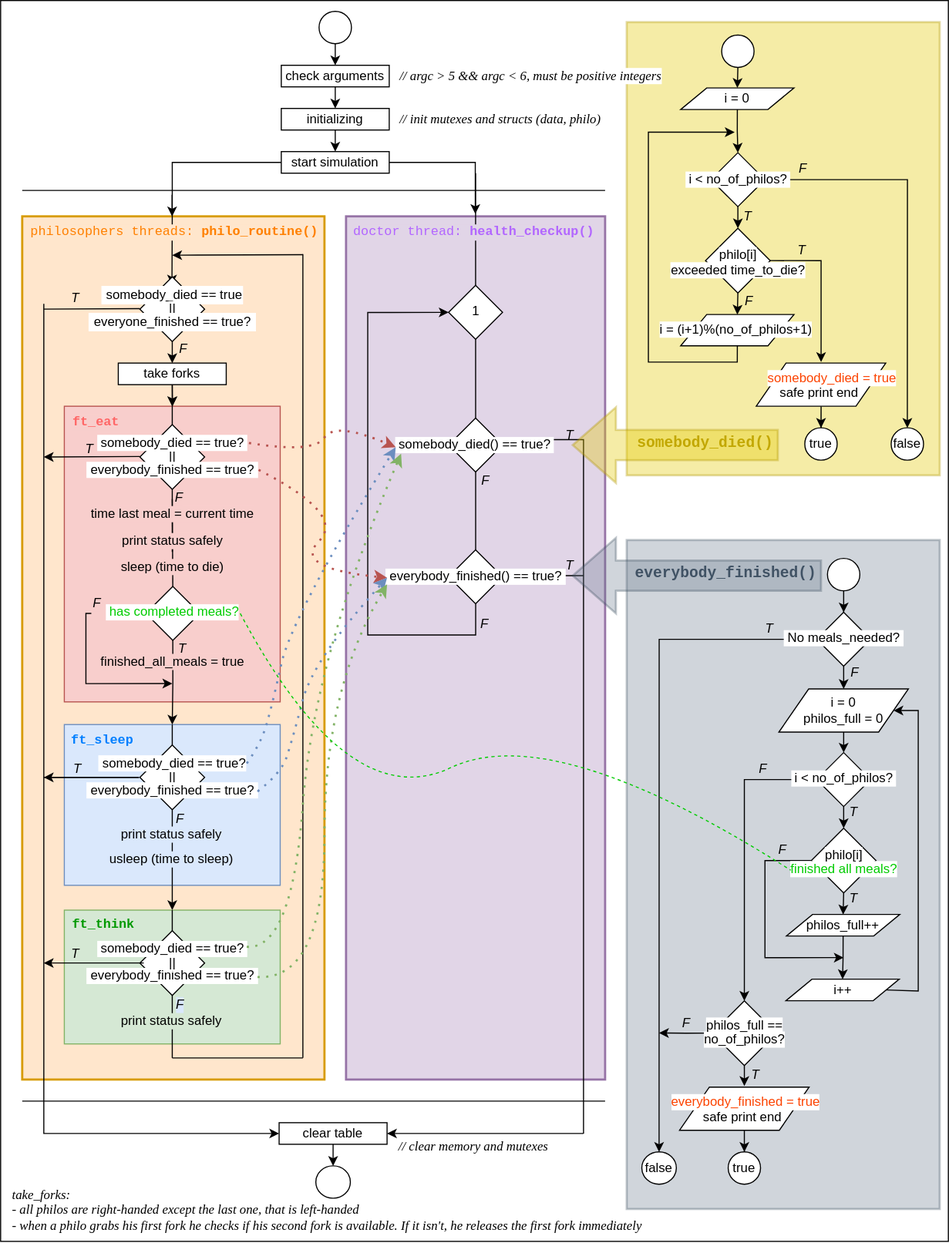
ccg-v/philosophers keeps this draw.io diagram as assets/philosophers.svg. Above is the earlier version. Source tidied: cells renumbered, new cells last; positions are measured from the earlier drawing's top-left corner, leaving out a move shared by most shapes.
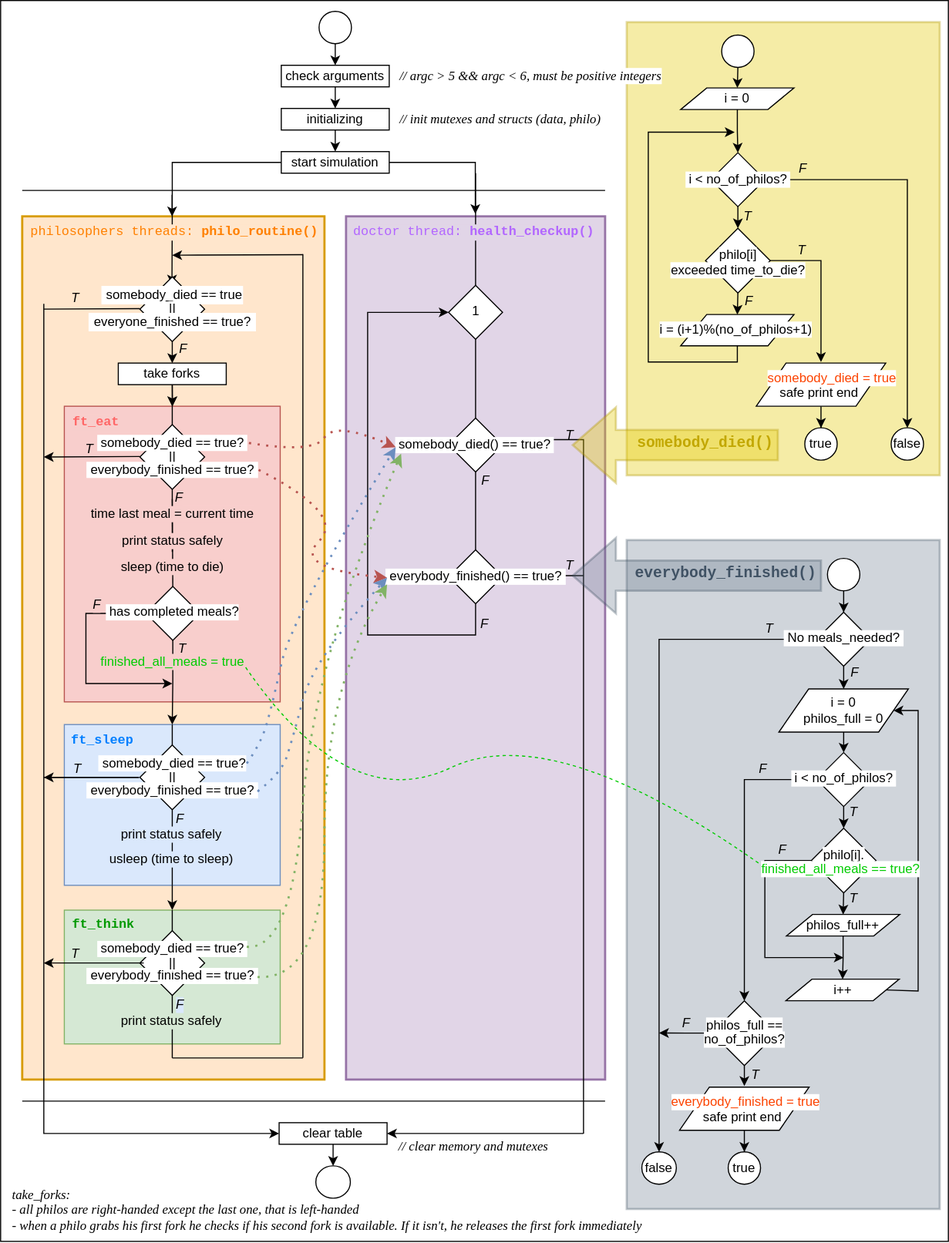
Later version of the same file.

What changed in the source:
```diff
@@ -132,7 +132,7 @@
     <mxCell id="36" style="edgeStyle=orthogonalEdgeStyle;rounded=0;jettySize=auto;html=1;exitX=0.5;exitY=1;exitDx=0;exitDy=0;entryX=0.5;entryY=0;entryDx=0;entryDy=0;" parent="1" edge="1" source="38" target="31">
       <mxGeometry relative="1" as="geometry" />
     </mxCell>
-    <mxCell id="37" style="edgeStyle=orthogonalEdgeStyle;rounded=0;jettySize=auto;html=1;" parent="1" edge="1" source="39">
+    <mxCell id="37" style="edgeStyle=orthogonalEdgeStyle;rounded=0;jettySize=auto;html=1;exitX=0.107;exitY=0.533;exitDx=0;exitDy=0;exitPerimeter=0;" parent="1" edge="1" source="39">
       <mxGeometry relative="1" as="geometry">
         <mxPoint x="159" y="633" as="targetPoint" />
         <Array as="points">
@@ -144,14 +144,14 @@
     <mxCell id="38" style="rhombus;whiteSpace=wrap;html=1;" parent="1" vertex="1">
       <mxGeometry x="134.5" y="543" width="50" height="50" as="geometry" />
     </mxCell>
-    <mxCell id="39" value="&amp;nbsp;has completed meals? " style="text;html=1;align=center;verticalAlign=middle;points=[];strokeColor=none;fillColor=none;fontStyle=0;labelBorderColor=none;labelBackgroundColor=default;rounded=0;glass=0;shadow=0;perimeterSpacing=0;fontColor=#00CC00;" parent="1" vertex="1">
+    <mxCell id="39" value="&amp;nbsp;has completed meals? " style="text;html=1;align=center;verticalAlign=middle;points=[];strokeColor=none;fillColor=none;fontStyle=0;labelBorderColor=none;labelBackgroundColor=default;rounded=0;glass=0;shadow=0;perimeterSpacing=0;fontColor=#000000;" parent="1" vertex="1">
       <mxGeometry x="84" y="552" width="150" height="30" as="geometry" />
     </mxCell>
-    <mxCell id="40" value="finished_all_meals = true" style="text;html=1;align=center;verticalAlign=middle;strokeColor=none;fillColor=none;fontStyle=0;labelBorderColor=none;labelBackgroundColor=#F8CECC;" parent="1" vertex="1">
+    <mxCell id="40" value="finished_all_meals = true" style="text;html=1;align=center;verticalAlign=middle;strokeColor=none;fillColor=none;fontStyle=0;labelBorderColor=none;labelBackgroundColor=#F8CECC;fontColor=#00CC00;" parent="1" vertex="1">
       <mxGeometry x="79" y="598" width="160" height="30" as="geometry" />
     </mxCell>
     <mxCell id="41" value="&lt;div&gt;&lt;i&gt;F&lt;/i&gt;&lt;/div&gt;" style="text;html=1;align=center;verticalAlign=middle;strokeColor=none;fillColor=none;fontStyle=0;labelBorderColor=none;labelBackgroundColor=#F8CECC;" parent="1" vertex="1">
-      <mxGeometry x="74" y="544" width="30" height="30" as="geometry" />
+      <mxGeometry x="74" y="545" width="30" height="30" as="geometry" />
     </mxCell>
     <mxCell id="42" value="T" style="text;html=1;align=center;verticalAlign=middle;strokeColor=none;fillColor=none;fontStyle=2;labelBorderColor=none;labelBackgroundColor=#F8CECC;" parent="1" vertex="1">
       <mxGeometry x="152.5" y="586" width="30" height="30" as="geometry" />
@@ -396,10 +396,7 @@
     <mxCell id="105" style="rhombus;whiteSpace=wrap;html=1;" parent="1" vertex="1">
       <mxGeometry x="751" y="767" width="60" height="60" as="geometry" />
     </mxCell>
-    <mxCell id="106" value="&lt;div&gt;finished all meals?&lt;br&gt;&lt;/div&gt;" style="text;html=1;align=center;verticalAlign=middle;strokeColor=none;fillColor=none;fontStyle=0;labelBorderColor=none;labelBackgroundColor=default;rounded=0;glass=0;shadow=0;perimeterSpacing=0;fontColor=#00CC00;" parent="1" vertex="1">
-      <mxGeometry x="721" y="790" width="120" height="30" as="geometry" />
-    </mxCell>
-    <mxCell id="107" value="philo[i]" style="text;html=1;align=center;verticalAlign=middle;strokeColor=none;fillColor=none;fontStyle=0;labelBorderColor=none;labelBackgroundColor=default;rounded=0;glass=0;shadow=0;perimeterSpacing=0;" parent="1" vertex="1">
+    <mxCell id="107" value="philo[i]." style="text;html=1;align=center;verticalAlign=middle;strokeColor=none;fillColor=none;fontStyle=0;labelBorderColor=none;labelBackgroundColor=default;rounded=0;glass=0;shadow=0;perimeterSpacing=0;" parent="1" vertex="1">
       <mxGeometry x="751" y="777" width="60" height="30" as="geometry" />
     </mxCell>
     <mxCell id="108" value="&lt;div&gt;&lt;i&gt;F&lt;/i&gt;&lt;/div&gt;" style="text;html=1;align=center;verticalAlign=middle;strokeColor=none;fillColor=none;fontStyle=0;labelBorderColor=none;labelBackgroundColor=none;fontColor=default;" parent="1" vertex="1">
@@ -684,13 +681,16 @@
     </mxCell>
     <mxCell id="178" style="curved=1;endArrow=none;html=1;rounded=0;entryX=0.075;entryY=0.667;entryDx=0;entryDy=0;entryPerimeter=0;exitX=0.992;exitY=0.574;exitDx=0;exitDy=0;exitPerimeter=0;dashed=1;strokeColor=#00CC00;" parent="1" edge="1">
       <mxGeometry relative="1" as="geometry">
-        <mxPoint x="222" y="568" as="sourcePoint" />
-        <mxPoint x="732" y="806" as="targetPoint" />
+        <mxPoint x="227" y="618" as="sourcePoint" />
+        <mxPoint x="703" y="800" as="targetPoint" />
         <Array as="points">
           <mxPoint x="322" y="756" />
           <mxPoint x="512" y="666" />
         </Array>
       </mxGeometry>
     </mxCell>
+    <mxCell id="106" value="&lt;div&gt;finished_all_meals == true?&lt;br&gt;&lt;/div&gt;" style="text;html=1;align=center;verticalAlign=middle;strokeColor=none;fillColor=none;fontStyle=0;labelBorderColor=none;labelBackgroundColor=default;rounded=0;glass=0;shadow=0;perimeterSpacing=0;fontColor=#00CC00;" parent="1" vertex="1">
+      <mxGeometry x="693" y="790" width="170" height="30" as="geometry" />
+    </mxCell>
   </root>
 </mxGraphModel>
```
